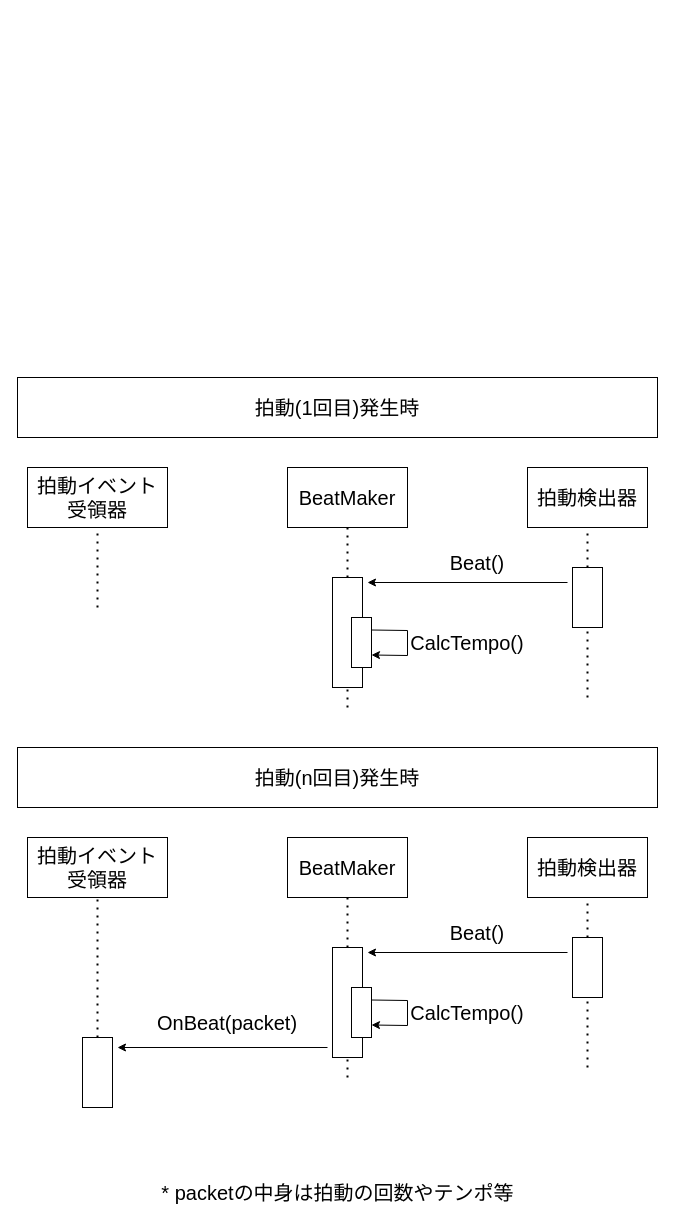
Earlier version of the draw.io diagram Designs/BeatMaker_SequenceDiagram.drawio (Dumble009/RhythmCore). Source tidied: cells renumbered, new cells numbered last; positions are measured from the earlier drawing's top-left corner, leaving out a move shared by most shapes. Both pictures are drawn from the tidied source at 100%, with x=0, y=0 at pixel (17, 377).
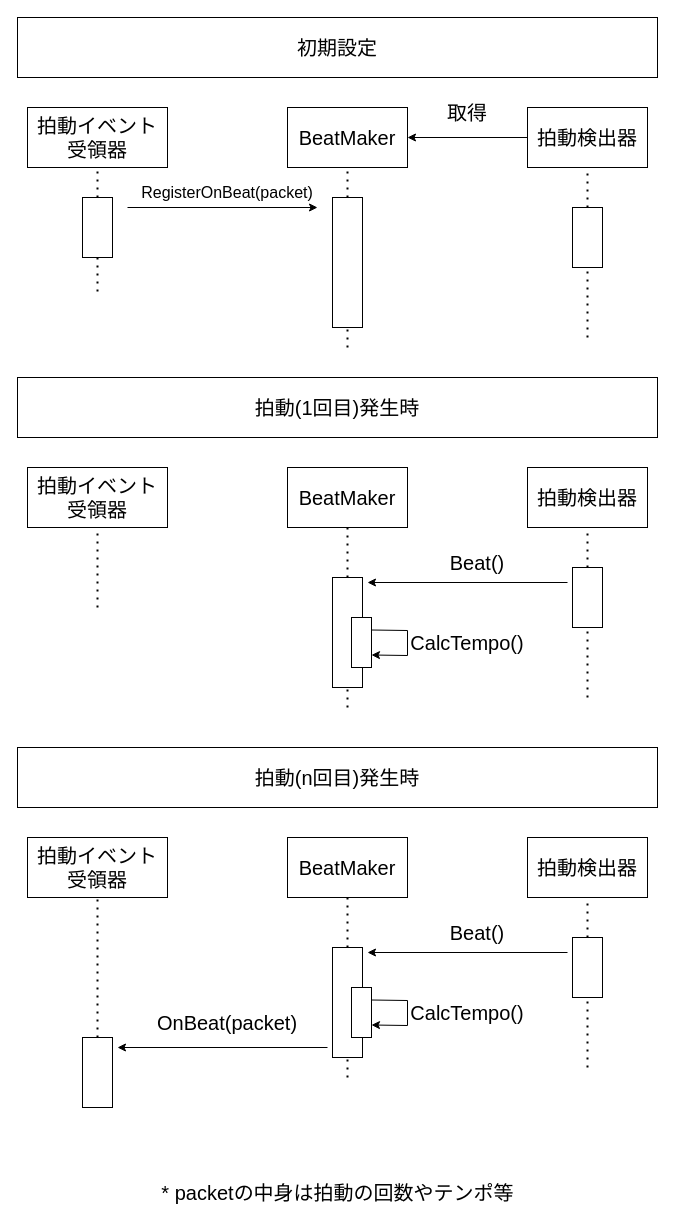
The same diagram, later.

Commit message:
Master : Add Initialize on SequenceDiagram

Diff of the diagram source:
```diff
@@
+    <mxCell id="38" value="BeatMaker" style="rounded=0;whiteSpace=wrap;html=1;fontSize=20;" parent="1" vertex="1">
+      <mxGeometry x="270" y="-270" width="120" height="60" as="geometry" />
+    </mxCell>
+    <mxCell id="39" value="初期設定" style="rounded=0;whiteSpace=wrap;html=1;fontSize=20;" parent="1" vertex="1">
+      <mxGeometry y="-360" width="640" height="60" as="geometry" />
+    </mxCell>
+    <mxCell id="40" value="拍動検出器" style="rounded=0;whiteSpace=wrap;html=1;fontSize=20;" parent="1" vertex="1">
+      <mxGeometry x="510" y="-270" width="120" height="60" as="geometry" />
+    </mxCell>
+    <mxCell id="41" value="拍動イベント&lt;br&gt;受領器" style="rounded=0;whiteSpace=wrap;html=1;fontSize=20;" parent="1" vertex="1">
+      <mxGeometry x="10" y="-270" width="140" height="60" as="geometry" />
+    </mxCell>
+    <mxCell id="42" style="endArrow=none;dashed=1;html=1;dashPattern=1 3;strokeWidth=2;rounded=0;fontSize=20;entryX=0.5;entryY=1;entryDx=0;entryDy=0;" parent="1" edge="1" target="40">
+      <mxGeometry relative="1" as="geometry">
+        <mxPoint x="570" y="-170" as="sourcePoint" />
+      </mxGeometry>
+    </mxCell>
+    <mxCell id="43" style="endArrow=none;dashed=1;html=1;dashPattern=1 3;strokeWidth=2;rounded=0;fontSize=20;entryX=0.5;entryY=1;entryDx=0;entryDy=0;exitX=0.5;exitY=0;exitDx=0;exitDy=0;" parent="1" edge="1" source="47" target="38">
+      <mxGeometry relative="1" as="geometry" />
+    </mxCell>
+    <mxCell id="44" style="endArrow=none;dashed=1;html=1;dashPattern=1 3;strokeWidth=2;rounded=0;fontSize=20;entryX=0.5;entryY=1;entryDx=0;entryDy=0;" parent="1" edge="1" target="41">
+      <mxGeometry relative="1" as="geometry">
+        <mxPoint x="80" y="-180" as="sourcePoint" />
+      </mxGeometry>
+    </mxCell>
+    <mxCell id="45" style="rounded=0;whiteSpace=wrap;html=1;fontSize=20;" parent="1" vertex="1">
+      <mxGeometry x="555" y="-170" width="30" height="60" as="geometry" />
+    </mxCell>
+    <mxCell id="46" style="endArrow=classic;html=1;rounded=0;fontSize=20;exitX=0;exitY=0.5;exitDx=0;exitDy=0;entryX=1;entryY=0.5;entryDx=0;entryDy=0;" parent="1" edge="1" source="40" target="38">
+      <mxGeometry relative="1" as="geometry" />
+    </mxCell>
+    <mxCell id="47" style="rounded=0;whiteSpace=wrap;html=1;fontSize=20;" parent="1" vertex="1">
+      <mxGeometry x="315" y="-180" width="30" height="130" as="geometry" />
+    </mxCell>
+    <mxCell id="48" value="取得" style="text;html=1;strokeColor=none;fillColor=none;align=center;verticalAlign=middle;whiteSpace=wrap;rounded=0;fontSize=20;" parent="1" vertex="1">
+      <mxGeometry x="420" y="-280" width="60" height="30" as="geometry" />
+    </mxCell>
+    <mxCell id="49" style="endArrow=none;dashed=1;html=1;dashPattern=1 3;strokeWidth=2;rounded=0;fontSize=20;entryX=0.5;entryY=1;entryDx=0;entryDy=0;" parent="1" edge="1" target="45">
+      <mxGeometry relative="1" as="geometry">
+        <mxPoint x="570" y="-40" as="sourcePoint" />
+      </mxGeometry>
+    </mxCell>
+    <mxCell id="50" style="endArrow=none;dashed=1;html=1;dashPattern=1 3;strokeWidth=2;rounded=0;fontSize=20;entryX=0.5;entryY=1;entryDx=0;entryDy=0;" parent="1" edge="1" target="47">
+      <mxGeometry relative="1" as="geometry">
+        <mxPoint x="330" y="-30" as="sourcePoint" />
+      </mxGeometry>
+    </mxCell>
+    <mxCell id="51" style="rounded=0;whiteSpace=wrap;html=1;fontSize=20;" parent="1" vertex="1">
+      <mxGeometry x="65" y="-180" width="30" height="60" as="geometry" />
+    </mxCell>
+    <mxCell id="52" style="endArrow=none;dashed=1;html=1;dashPattern=1 3;strokeWidth=2;rounded=0;fontSize=20;exitX=0.5;exitY=1;exitDx=0;exitDy=0;" parent="1" edge="1" source="51">
+      <mxGeometry relative="1" as="geometry">
+        <mxPoint x="80" y="-80" as="targetPoint" />
+      </mxGeometry>
+    </mxCell>
+    <mxCell id="53" style="endArrow=classic;html=1;rounded=0;fontSize=20;exitX=0;exitY=0.5;exitDx=0;exitDy=0;" parent="1" edge="1">
+      <mxGeometry relative="1" as="geometry">
+        <mxPoint x="110" y="-170" as="sourcePoint" />
+        <mxPoint x="300" y="-170" as="targetPoint" />
+      </mxGeometry>
+    </mxCell>
+    <mxCell id="54" value="RegisterOnBeat(packet)" style="text;html=1;strokeColor=none;fillColor=none;align=center;verticalAlign=middle;whiteSpace=wrap;rounded=0;fontSize=16;" parent="1" vertex="1">
+      <mxGeometry x="180" y="-200" width="60" height="30" as="geometry" />
+    </mxCell>
```
